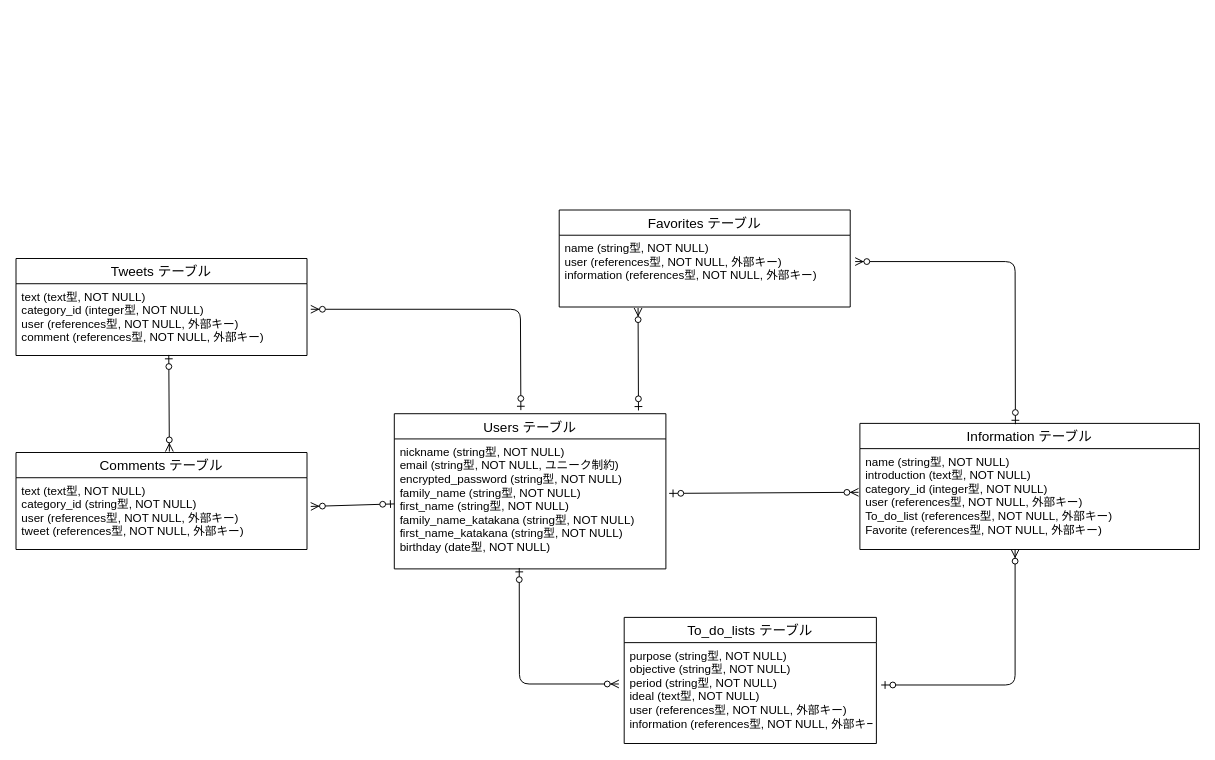
The draw.io diagram will.dio in Katsu1001/will, before the edit. Source tidied: cells renumbered, new cells numbered last; positions are measured from the earlier drawing's top-left corner, leaving out a move shared by most shapes. Both pictures are drawn from the tidied source at 97%, with x=0, y=0 at pixel (16, 210).
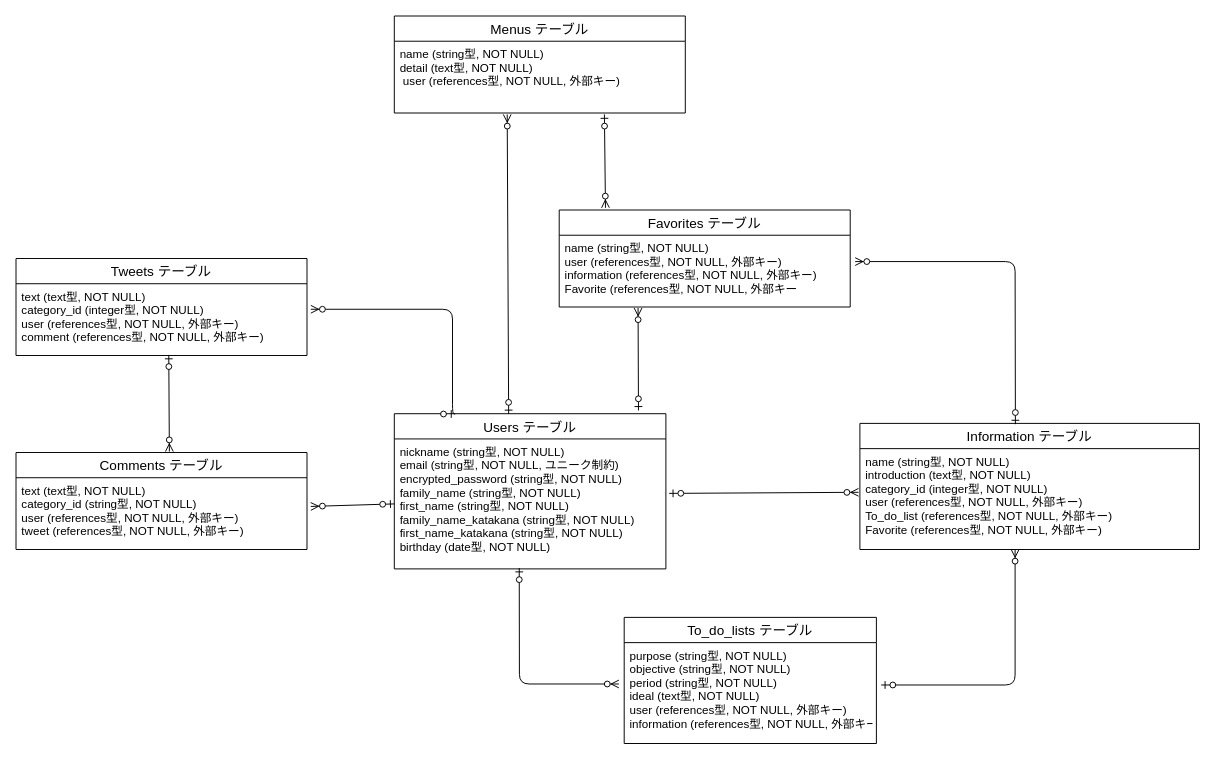
The same diagram, later.

Commit message (it also covers changes not shown here):
README.mdとER図を作成

Unchanged cells that the change refers to:
```xml
<mxCell id="2" style="group;" parent="1" vertex="1">
  <mxGeometry width="1220" height="550" as="geometry" />
</mxCell>
<mxCell id="5" value="Favorites テーブル" style="swimlane;fontStyle=0;horizontal=1;startSize=26;align=center;fontSize=14;" parent="2" vertex="1">
  <mxGeometry x="560" width="300" height="100" as="geometry" />
</mxCell>
<mxCell id="8" value="text (text型, NOT NULL)&#10;category_id (integer型, NOT NULL)&#10;user (references型, NOT NULL, 外部キー)&#10;comment (references型, NOT NULL, 外部キー)" style="text;strokeColor=none;fillColor=none;spacingLeft=4;spacingRight=4;overflow=hidden;points=[[0,0.5],[1,0.5]];portConstraint=eastwest;fontSize=12;" parent="7" vertex="1">
  <mxGeometry y="26" width="300" height="74" as="geometry" />
</mxCell>
<mxCell id="9" value="Users テーブル" style="swimlane;fontStyle=0;horizontal=1;startSize=26;align=center;fontSize=14;" parent="2" vertex="1">
  <mxGeometry x="390" y="210" width="280" height="160" as="geometry" />
</mxCell>
```

Diff of the diagram source:
```diff
@@
-    <mxCell id="6" value="name (string型, NOT NULL)&#10;user (references型, NOT NULL, 外部キー)&#10;information (references型, NOT NULL, 外部キー) " style="text;strokeColor=none;fillColor=none;spacingLeft=4;spacingRight=4;overflow=hidden;points=[[0,0.5],[1,0.5]];portConstraint=eastwest;fontSize=12;" parent="5" vertex="1">
+    <mxCell id="6" value="name (string型, NOT NULL)&#10;user (references型, NOT NULL, 外部キー)&#10;information (references型, NOT NULL, 外部キー)&#10;Favorite (references型, NOT NULL, 外部キー " style="text;strokeColor=none;fillColor=none;spacingLeft=4;spacingRight=4;overflow=hidden;points=[[0,0.5],[1,0.5]];portConstraint=eastwest;fontSize=12;" parent="5" vertex="1">
       <mxGeometry y="26" width="300" height="74" as="geometry" />
     </mxCell>
@@
-    <mxCell id="20" style="edgeStyle=elbowEdgeStyle;fontSize=12;html=1;endArrow=ERzeroToMany;startArrow=ERzeroToOne;entryX=1.013;entryY=0.356;entryDx=0;entryDy=0;entryPerimeter=0;exitX=0.466;exitY=-0.023;exitDx=0;exitDy=0;exitPerimeter=0;" parent="2" edge="1" source="9" target="8">
+    <mxCell id="20" style="edgeStyle=elbowEdgeStyle;fontSize=12;html=1;endArrow=ERzeroToMany;startArrow=ERzeroToOne;entryX=1.013;entryY=0.356;entryDx=0;entryDy=0;entryPerimeter=0;exitX=0.224;exitY=0.002;exitDx=0;exitDy=0;exitPerimeter=0;" parent="2" edge="1" source="9" target="8">
       <mxGeometry relative="1" as="geometry">
         <Array as="points">
+          <mxPoint x="450" y="130" />
+          <mxPoint x="440" y="70" />
+          <mxPoint x="450" y="130" />
+          <mxPoint x="440" y="130" />
           <mxPoint x="520" y="210" />
           <mxPoint x="520" y="210" />
           <mxPoint x="520" y="90" />
           <mxPoint x="571" y="100" />
         </Array>
       </mxGeometry>
     </mxCell>
@@
+    <mxCell id="23" value="Menus テーブル" style="swimlane;fontStyle=0;horizontal=1;startSize=26;align=center;fontSize=14;" parent="1" vertex="1">
+      <mxGeometry x="390" y="-200" width="300" height="100" as="geometry" />
+    </mxCell>
+    <mxCell id="24" value="name (string型, NOT NULL)&#10;detail (text型, NOT NULL)&#10; user (references型, NOT NULL, 外部キー)" style="text;strokeColor=none;fillColor=none;spacingLeft=4;spacingRight=4;overflow=hidden;points=[[0,0.5],[1,0.5]];portConstraint=eastwest;fontSize=12;" parent="23" vertex="1">
+      <mxGeometry y="26" width="300" height="74" as="geometry" />
+    </mxCell>
+    <mxCell id="25" style="fontSize=12;html=1;endArrow=ERzeroToMany;startArrow=ERzeroToOne;exitX=0.421;exitY=0.002;exitDx=0;exitDy=0;exitPerimeter=0;entryX=0.388;entryY=1.02;entryDx=0;entryDy=0;entryPerimeter=0;" parent="1" edge="1" source="9" target="24">
+      <mxGeometry relative="1" as="geometry" />
+    </mxCell>
+    <mxCell id="26" style="fontSize=12;html=1;endArrow=ERzeroToMany;startArrow=ERzeroToOne;exitX=0.722;exitY=1.02;exitDx=0;exitDy=0;exitPerimeter=0;entryX=0.159;entryY=-0.023;entryDx=0;entryDy=0;entryPerimeter=0;" parent="1" edge="1" source="24" target="5">
+      <mxGeometry relative="1" as="geometry" />
+    </mxCell>
```
